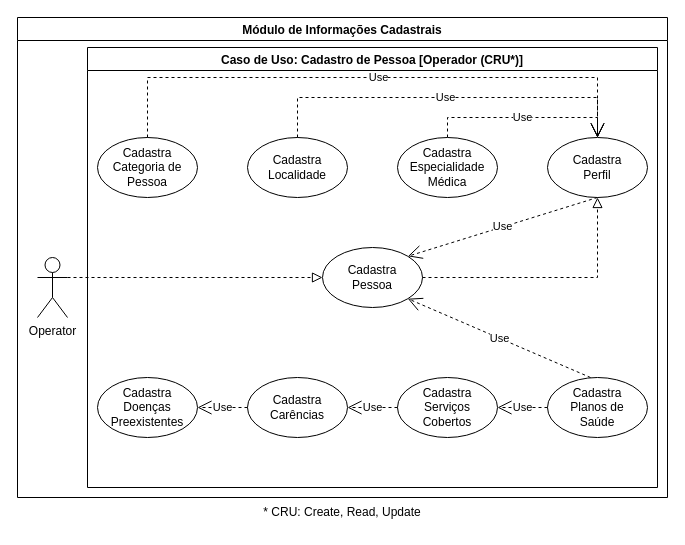
Before: page "Cad-Plano-Saude" (2 of 3) of PUC-GISA-M1.drawio in kikoluiss/tcc-puc, a draw.io diagram. Source tidied: cells renumbered, new cells numbered last; positions are measured from the earlier drawing's top-left corner, leaving out a move shared by most shapes. Both pictures are drawn from the tidied source at 100%, with x=0, y=0 at pixel (17, 17).
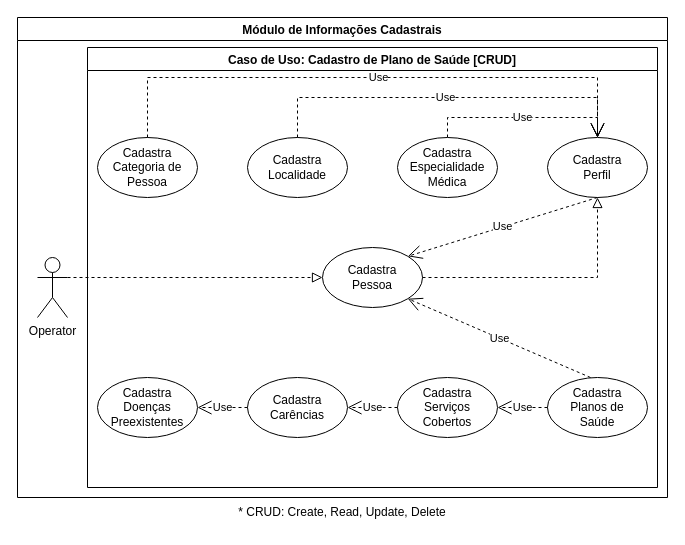
The same diagram, later.

Unchanged cells that the change refers to:
```xml
<mxCell id="2" value="Módulo de Informações Cadastrais" style="swimlane;" parent="1" vertex="1">
  <mxGeometry width="650" height="480" as="geometry" />
</mxCell>
```

Diff of the diagram source:
```diff
@@
-    <mxCell id="4" value="Caso de Uso: Cadastro de Pessoa [Operador (CRU*)]" style="swimlane;" parent="2" vertex="1">
+    <mxCell id="4" value="Caso de Uso: Cadastro de Plano de Saúde [CRUD]" style="swimlane;" parent="2" vertex="1">
       <mxGeometry x="70" y="30" width="570" height="440" as="geometry" />
     </mxCell>
@@
-    <mxCell id="24" value="* CRU: Create, Read, Update" style="text;html=1;strokeColor=none;fillColor=none;align=center;verticalAlign=middle;whiteSpace=wrap;rounded=0;" parent="1" vertex="1">
+    <mxCell id="24" value="* CRUD: Create, Read, Update, Delete" style="text;html=1;strokeColor=none;fillColor=none;align=center;verticalAlign=middle;whiteSpace=wrap;rounded=0;" parent="1" vertex="1">
       <mxGeometry x="10" y="480" width="630" height="30" as="geometry" />
     </mxCell>
```
